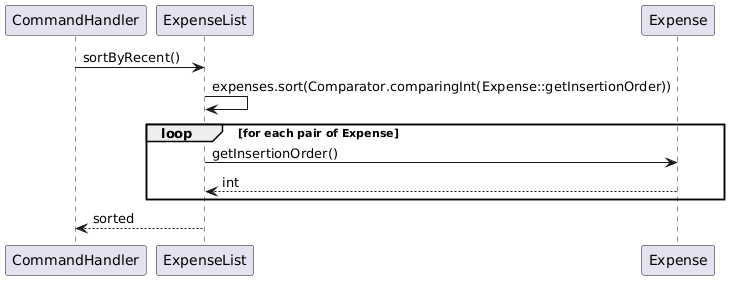
This is docs/diagram/SortByRecent-SequenceDiagram.png from Jairusljr/tP, a PlantUML export, as it was before one commit.
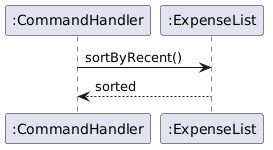
After the commit.

Diff of the diagram source:
```diff
@@ -1,13 +1,10 @@
 @startuml
-participant CommandHandler
-participant ExpenseList
-participant Expense
+skinparam classAttributeIconSize 0
+hide circle
+
+participant ":CommandHandler" as CommandHandler
+participant ":ExpenseList" as ExpenseList
 
 CommandHandler -> ExpenseList : sortByRecent()
-ExpenseList -> ExpenseList : expenses.sort(Comparator.comparingInt(Expense::getInsertionOrder))
-loop for each pair of Expense
-    ExpenseList -> Expense : getInsertionOrder()
-    Expense --> ExpenseList : int
-end
 ExpenseList --> CommandHandler : sorted
 @enduml
```
